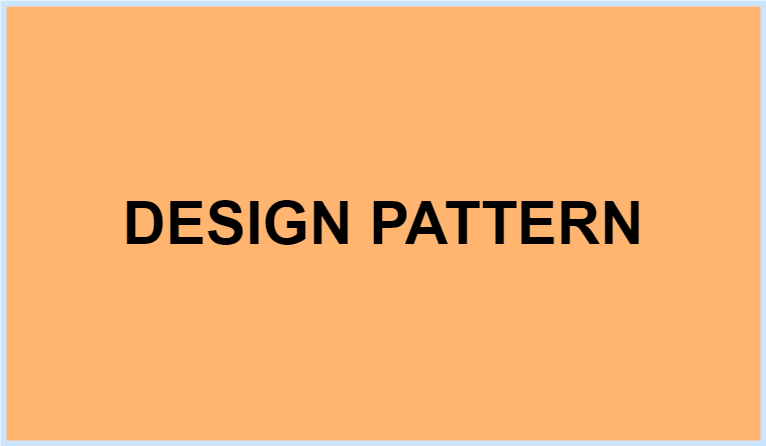
Above: content/blog/design-pattern/solid/cover.png in stalker5217/gatsby-stalker5217 (draw.io), before the change. Source tidied: cells renumbered, new cells last; positions are measured from the earlier drawing's top-left corner, leaving out a move shared by most shapes.
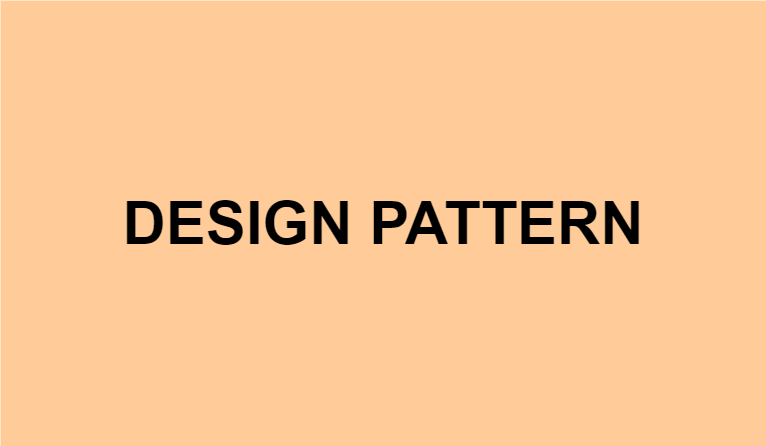
After the commit.

Commit message:
이미지 변경

Change to the diagram source:
```diff
@@ -2,7 +2,7 @@
   <root>
     <mxCell id="0" />
     <mxCell id="1" parent="0" />
-    <mxCell id="2" value="&lt;font style=&quot;font-size: 60px&quot;&gt;&lt;b&gt;DESIGN PATTERN&lt;/b&gt;&lt;/font&gt;" style="rounded=0;whiteSpace=wrap;html=1;strokeWidth=6;strokeColor=#CCE5FF;fillColor=#FFB570;" parent="1" vertex="1">
+    <mxCell id="2" value="&lt;span style=&quot;font-size: 60px&quot;&gt;&lt;b&gt;DESIGN PATTERN&lt;/b&gt;&lt;/span&gt;" style="rounded=0;whiteSpace=wrap;html=1;strokeWidth=6;fillColor=#FFCC99;strokeColor=#FFCC99;" parent="1" vertex="1">
       <mxGeometry width="760" height="440" as="geometry" />
     </mxCell>
   </root>
```
